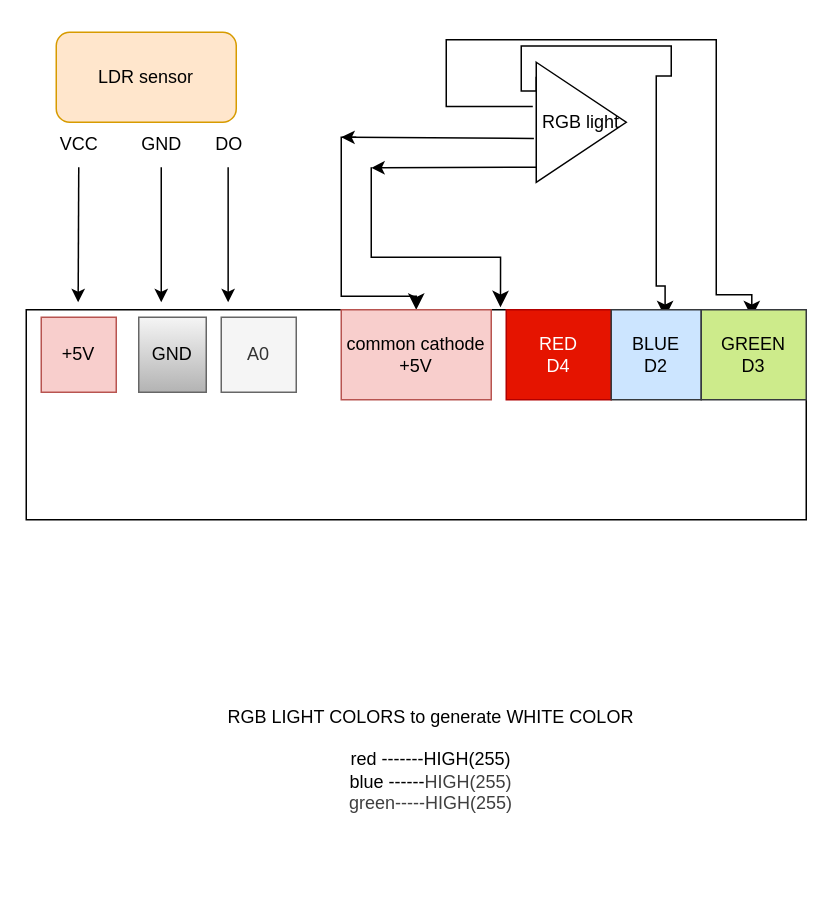
Earlier version of the draw.io diagram diagram.drawio (shirshadip/AutomaticLamp). Source tidied: cells renumbered, new cells numbered last; positions are measured from the earlier drawing's top-left corner, leaving out a move shared by most shapes. Both pictures are drawn from the tidied source at 150%, with x=0, y=0 at pixel (26, 32).
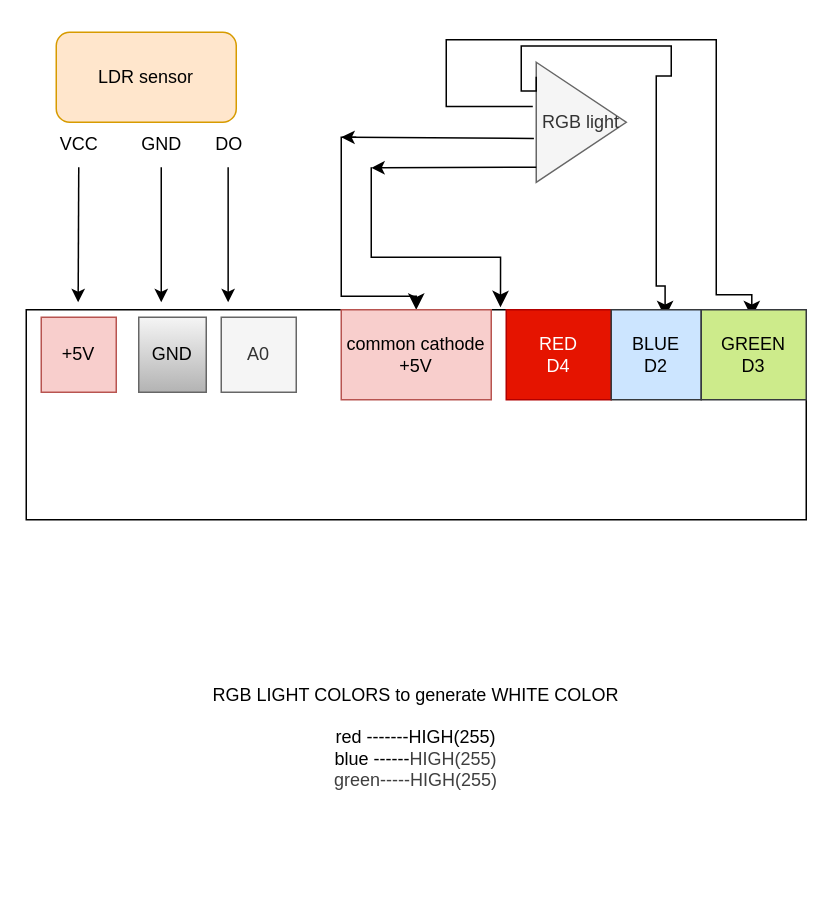
The same page after the edit.

Change to the diagram source:
```diff
@@
-    <mxCell id="10" value="RGB light" style="triangle;whiteSpace=wrap;html=1;" parent="1" vertex="1">
+    <mxCell id="10" value="RGB light" style="triangle;whiteSpace=wrap;html=1;fillColor=#f5f5f5;fontColor=#333333;strokeColor=#666666;" parent="1" vertex="1">
       <mxGeometry x="340" y="20" width="60" height="80" as="geometry" />
     </mxCell>
@@
     <mxCell id="24" value="RGB LIGHT COLORS to generate WHITE COLOR&lt;div&gt;&lt;br&gt;&lt;/div&gt;&lt;div&gt;red -------HIGH(255)&lt;/div&gt;&lt;div&gt;blue ------&lt;span style=&quot;color: rgb(63, 63, 63); background-color: transparent;&quot;&gt;HIGH(255)&lt;/span&gt;&lt;/div&gt;&lt;div&gt;&lt;span style=&quot;color: rgb(63, 63, 63); background-color: transparent;&quot;&gt;green-----&lt;/span&gt;&lt;span style=&quot;color: rgb(63, 63, 63); background-color: transparent;&quot;&gt;HIGH(255)&lt;/span&gt;&lt;/div&gt;" style="text;html=1;align=center;verticalAlign=middle;whiteSpace=wrap;rounded=0;" parent="1" vertex="1">
-      <mxGeometry x="40" y="410" width="460" height="150" as="geometry" />
+      <mxGeometry x="30" y="395" width="460" height="150" as="geometry" />
     </mxCell>
```
